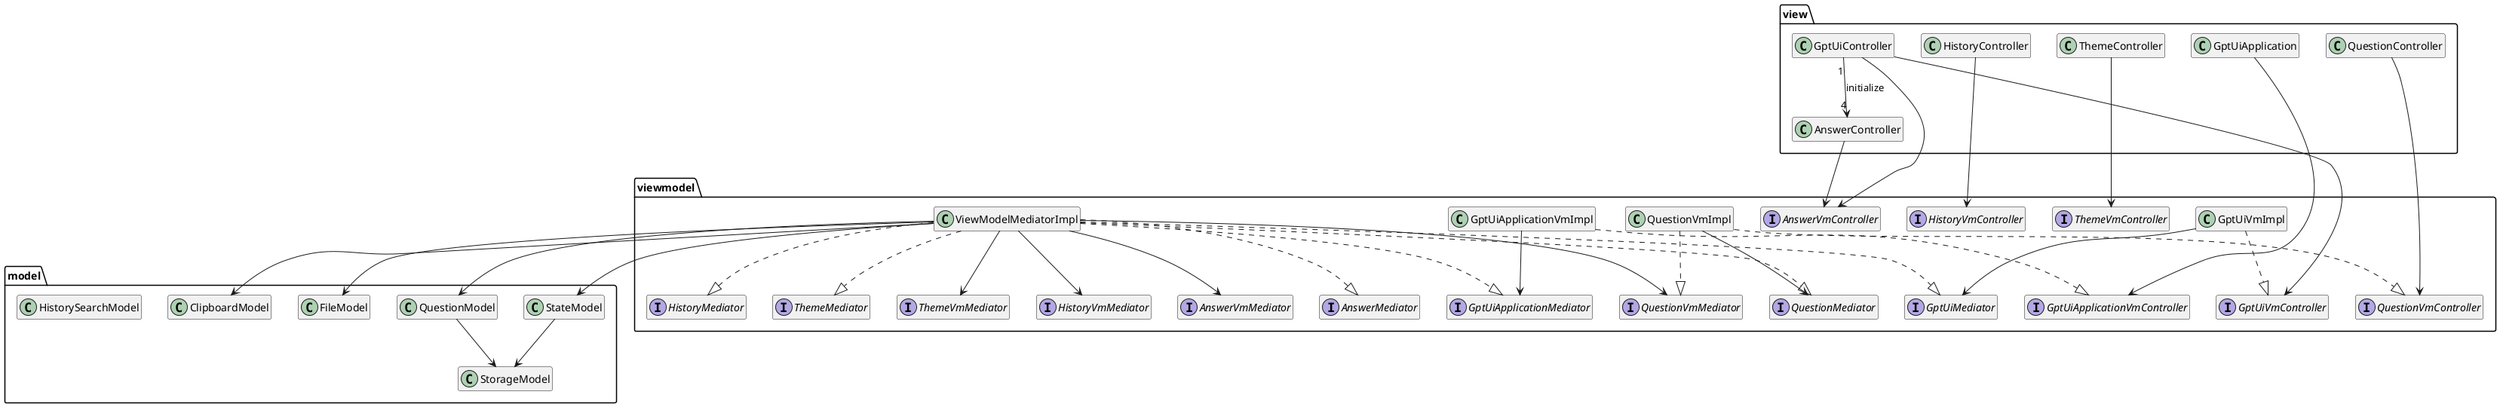
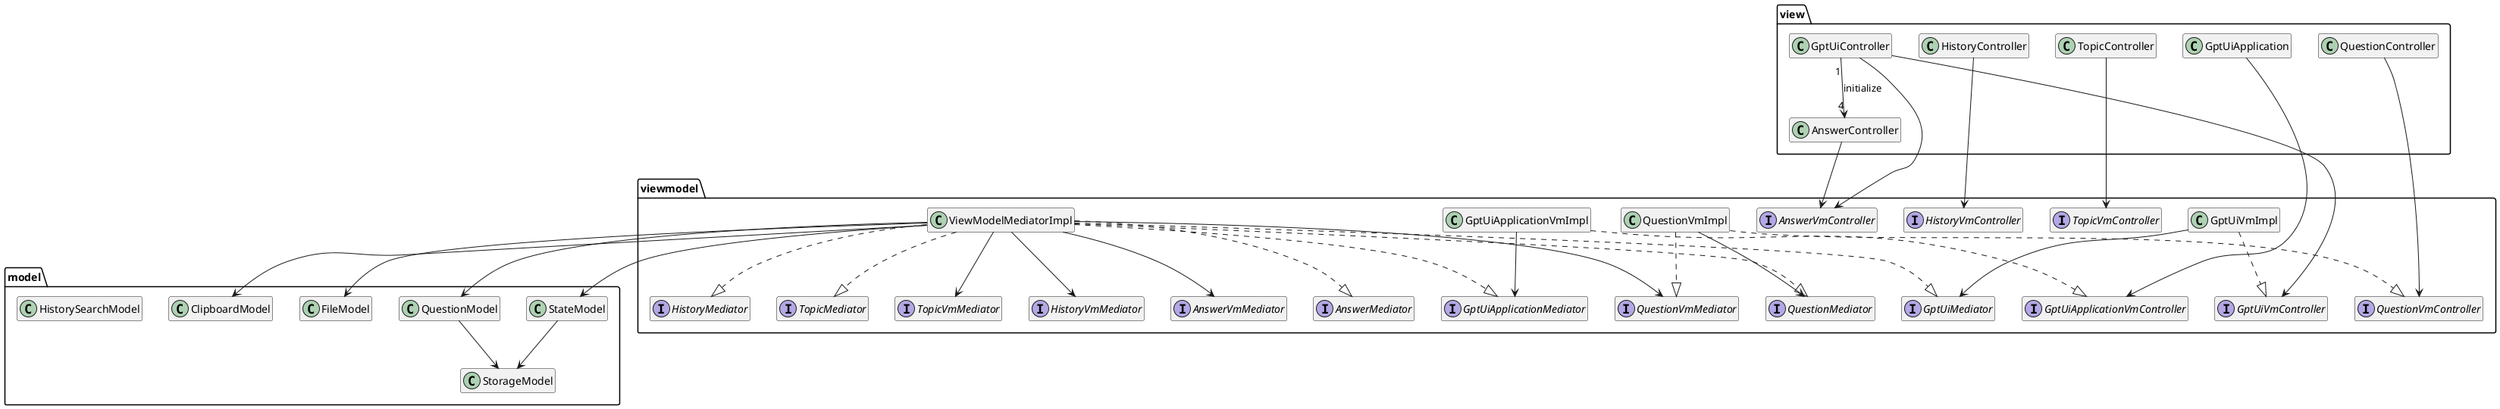
@startuml
hide empty members

package model{
    class StateModel
    class ClipboardModel
    class FileModel
    class QuestionModel
    class StorageModel
    class HistorySearchModel
}
package viewmodel {
    interface QuestionVmController
    interface QuestionVmMediator
    class QuestionVmImpl

-     interface ThemeVmController
-     interface ThemeVmMediator
+     interface TopicVmController
+     interface TopicVmMediator
    interface HistoryVmController
    interface HistoryVmMediator
    interface AnswerVmController
    interface AnswerVmMediator
    interface GptUiVmController

    class GptUiVmImpl

    interface GptUiApplicationVmController
    class GptUiApplicationVmImpl

    interface AnswerMediator
    interface GptUiApplicationMediator
    interface GptUiMediator
    interface HistoryMediator
    interface QuestionMediator
-     interface ThemeMediator
+     interface TopicMediator
    class ViewModelMediatorImpl
}

package view {
    class GptUiApplication
    class AnswerController
    class GptUiApplication
    class GptUiController
    class HistoryController
    class QuestionController
-     class ThemeController
+     class TopicController
}

GptUiApplication --> GptUiApplicationVmController

GptUiApplicationVmImpl ..|> GptUiApplicationVmController
GptUiApplicationVmImpl --> GptUiApplicationMediator

ViewModelMediatorImpl ..|> AnswerMediator
ViewModelMediatorImpl ..|> GptUiApplicationMediator
ViewModelMediatorImpl ..|> GptUiMediator
ViewModelMediatorImpl ..|> HistoryMediator
ViewModelMediatorImpl ..|> QuestionMediator
- ViewModelMediatorImpl ..|> ThemeMediator
+ ViewModelMediatorImpl ..|> TopicMediator

ViewModelMediatorImpl --> AnswerVmMediator
ViewModelMediatorImpl --> HistoryVmMediator
ViewModelMediatorImpl --> QuestionVmMediator
- ViewModelMediatorImpl --> ThemeVmMediator
+ ViewModelMediatorImpl --> TopicVmMediator

QuestionVmImpl ..|> QuestionVmController
QuestionVmImpl ..|> QuestionVmMediator
QuestionVmImpl --> QuestionMediator

GptUiVmImpl ..|> GptUiVmController
GptUiVmImpl --> GptUiMediator

- ThemeController ---> ThemeVmController
+ TopicController ---> TopicVmController
QuestionController ---> QuestionVmController
HistoryController ---> HistoryVmController
AnswerController --> AnswerVmController

GptUiController "1" --> "4" AnswerController: initialize
GptUiController --> AnswerVmController
GptUiController --> GptUiVmController

StateModel --> StorageModel
QuestionModel --> StorageModel

ViewModelMediatorImpl --> StateModel
ViewModelMediatorImpl --> QuestionModel
ViewModelMediatorImpl --> ClipboardModel
ViewModelMediatorImpl --> FileModel

@enduml